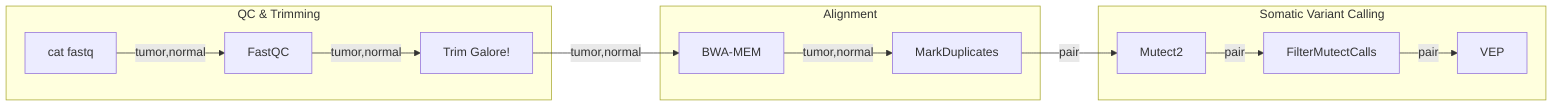
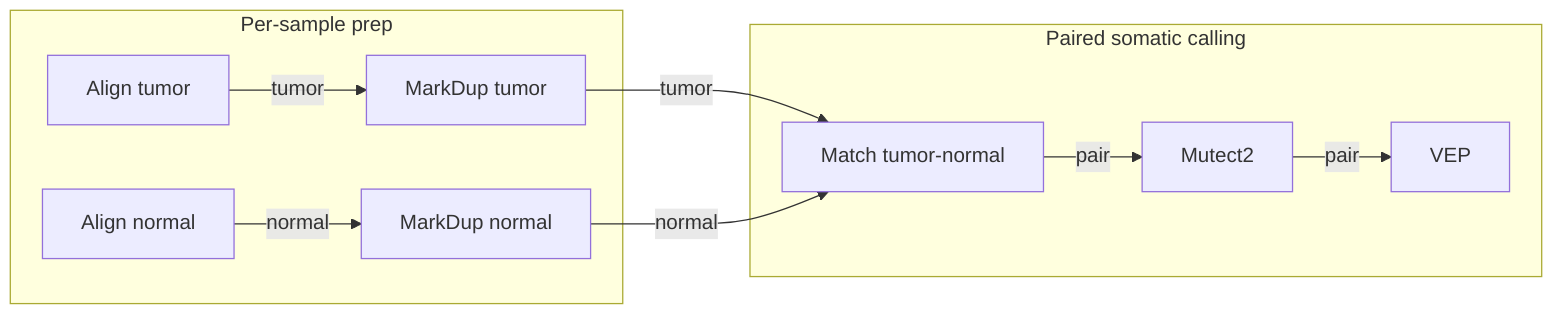
%%metro title: Striped line demo (#529)
%%metro style: dark
%%metro line: tumor | Tumor (somatic) | #d62728
%%metro line: normal | Normal (germline) | #0570b0
%%metro line: pair | Tumor-normal pair | #d62728,#0570b0
%%metro legend: bl

graph LR
-     subgraph qc [QC & Trimming]
-         cat_fastq[cat fastq]
-         fastqc[FastQC]
-         trim[Trim Galore!]
+     subgraph prep [Per-sample prep]
+         %%metro exit: right | tumor, normal
+         tumor_align[Align tumor]
+         tumor_markdup[MarkDup tumor]
+         normal_align[Align normal]
+         normal_markdup[MarkDup normal]

-         cat_fastq -->|tumor,normal| fastqc
-         fastqc -->|tumor,normal| trim
+         tumor_align -->|tumor| tumor_markdup
+         normal_align -->|normal| normal_markdup
    end

-     subgraph align [Alignment]
-         bwa[BWA-MEM]
-         markdup[MarkDuplicates]
+     subgraph calling [Paired somatic calling]
+         %%metro entry: left | tumor, normal
+         %%metro exit: right | pair
+         match[Match tumor-normal]
+         mutect2[Mutect2]
+         annotate[VEP]

-         bwa -->|tumor,normal| markdup
+         match -->|pair| mutect2
+         mutect2 -->|pair| annotate
    end

-     subgraph calling [Somatic Variant Calling]
-         mutect2[Mutect2]
-         filter[FilterMutectCalls]
-         annotate[VEP]
- 
-         mutect2 -->|pair| filter
-         filter -->|pair| annotate
-     end
- 
-     trim -->|tumor,normal| bwa
-     markdup -->|pair| mutect2
+     tumor_markdup -->|tumor| match
+     normal_markdup -->|normal| match
